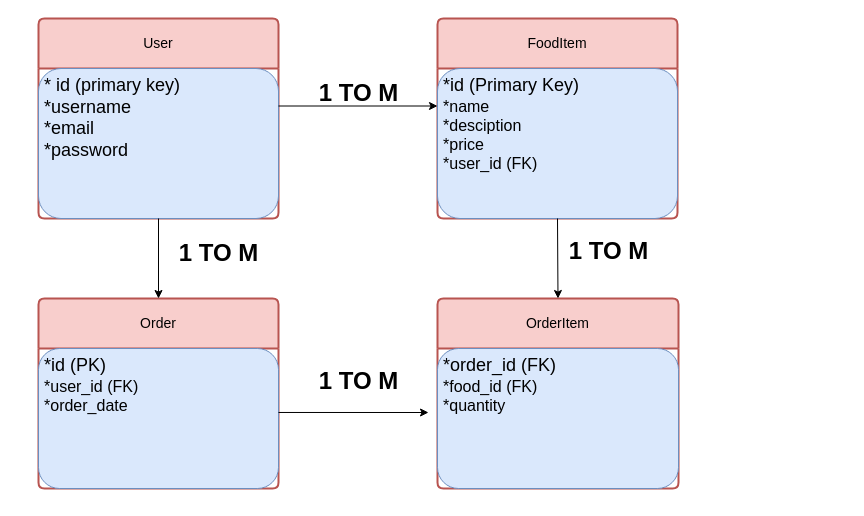
Mosh9098/Final-project-phase4 keeps this draw.io diagram as MENU SYSTEM.drawio. Above is the earlier version. Source tidied: cells renumbered, new cells numbered last; positions are measured from the earlier drawing's top-left corner, leaving out a move shared by most shapes. Both pictures are drawn from the tidied source at 100%, with x=0, y=0 at pixel (38, 18).
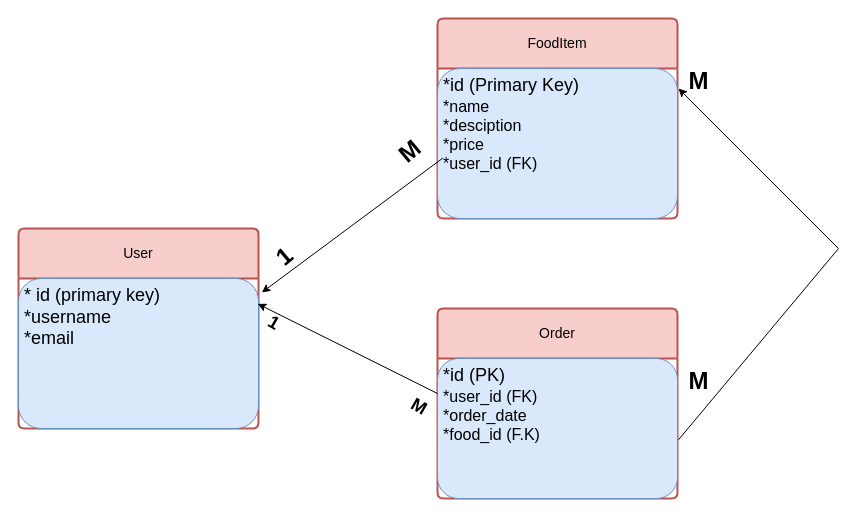
After the change.

Diff of the diagram source:
```diff
@@
 <mxGraphModel>
   <root>
     <mxCell id="0" />
     <mxCell id="1" parent="0" />
     <mxCell id="2" value="User" style="swimlane;horizontal=1;startSize=50;rounded=1;fontSize=14;fontStyle=0;strokeWidth=2;shadow=0;dashed=0;align=center;arcSize=4;whiteSpace=wrap;html=1;fillColor=#f8cecc;strokeColor=#b85450;" parent="1" vertex="1">
-      <mxGeometry width="240" height="200" as="geometry" />
+      <mxGeometry x="-20" y="210" width="240" height="200" as="geometry" />
     </mxCell>
-    <mxCell id="3" value="&lt;font style=&quot;font-size: 18px;&quot;&gt;* id (primary key)&lt;/font&gt;&lt;br&gt;&lt;font style=&quot;font-size: 18px;&quot;&gt;*username&lt;/font&gt;&lt;br&gt;&lt;font style=&quot;font-size: 18px;&quot;&gt;*email&lt;/font&gt;&lt;div&gt;&lt;font style=&quot;font-size: 18px;&quot;&gt;*password&lt;/font&gt;&lt;/div&gt;" style="align=left;strokeColor=#6c8ebf;fillColor=#dae8fc;spacingLeft=4;fontSize=12;verticalAlign=top;html=1;rounded=1;" parent="2" vertex="1">
+    <mxCell id="3" value="&lt;font style=&quot;font-size: 18px;&quot;&gt;* id (primary key)&lt;/font&gt;&lt;br&gt;&lt;font style=&quot;font-size: 18px;&quot;&gt;*username&lt;/font&gt;&lt;br&gt;&lt;font style=&quot;font-size: 18px;&quot;&gt;*email&lt;/font&gt;" style="align=left;strokeColor=#6c8ebf;fillColor=#dae8fc;spacingLeft=4;fontSize=12;verticalAlign=top;html=1;rounded=1;" parent="2" vertex="1">
       <mxGeometry y="50" width="240" height="150" as="geometry" />
     </mxCell>
     <mxCell id="4" value="FoodItem" style="swimlane;horizontal=1;startSize=50;rounded=1;fontSize=14;fontStyle=0;strokeWidth=2;shadow=0;dashed=0;align=center;arcSize=4;whiteSpace=wrap;html=1;fillColor=#f8cecc;strokeColor=#b85450;" parent="1" vertex="1">
       <mxGeometry x="399" width="240" height="200" as="geometry" />
     </mxCell>
     <mxCell id="5" value="&lt;font style=&quot;font-size: 18px;&quot;&gt;*id (Primary Key)&lt;/font&gt;&lt;div&gt;&lt;font size=&quot;3&quot;&gt;*name&lt;/font&gt;&lt;/div&gt;&lt;div&gt;&lt;font size=&quot;3&quot;&gt;*desciption&lt;/font&gt;&lt;/div&gt;&lt;div&gt;&lt;font size=&quot;3&quot;&gt;*price&lt;/font&gt;&lt;/div&gt;&lt;div&gt;&lt;font size=&quot;3&quot;&gt;*user_id (FK)&lt;/font&gt;&lt;br&gt;&lt;br&gt;&lt;/div&gt;" style="align=left;strokeColor=#6c8ebf;fillColor=#dae8fc;spacingLeft=4;fontSize=12;verticalAlign=top;html=1;rounded=1;" parent="4" vertex="1">
       <mxGeometry y="50" width="240" height="150" as="geometry" />
     </mxCell>
     <mxCell id="6" value="Order" style="swimlane;horizontal=1;startSize=50;rounded=1;fontSize=14;fontStyle=0;strokeWidth=2;shadow=0;dashed=0;align=center;arcSize=4;whiteSpace=wrap;html=1;fillColor=#f8cecc;strokeColor=#b85450;" parent="1" vertex="1">
-      <mxGeometry y="280" width="240" height="190" as="geometry" />
+      <mxGeometry x="399" y="290" width="240" height="190" as="geometry" />
     </mxCell>
-    <mxCell id="7" value="&lt;font style=&quot;font-size: 18px;&quot;&gt;*id (PK)&lt;/font&gt;&lt;div&gt;&lt;font size=&quot;3&quot;&gt;*user_id (FK)&lt;/font&gt;&lt;/div&gt;&lt;div&gt;&lt;font size=&quot;3&quot;&gt;*order_date&lt;/font&gt;&lt;/div&gt;" style="align=left;strokeColor=#6c8ebf;fillColor=#dae8fc;spacingLeft=4;fontSize=12;verticalAlign=top;html=1;rounded=1;" parent="6" vertex="1">
+    <mxCell id="7" value="&lt;font style=&quot;font-size: 18px;&quot;&gt;*id (PK)&lt;/font&gt;&lt;div&gt;&lt;font size=&quot;3&quot;&gt;*user_id (FK)&lt;/font&gt;&lt;/div&gt;&lt;div&gt;&lt;font size=&quot;3&quot;&gt;*order_date&lt;/font&gt;&lt;/div&gt;&lt;div&gt;&lt;font size=&quot;3&quot;&gt;*food_id (F.K)&lt;/font&gt;&lt;/div&gt;" style="align=left;strokeColor=#6c8ebf;fillColor=#dae8fc;spacingLeft=4;fontSize=12;verticalAlign=top;html=1;rounded=1;" parent="6" vertex="1">
       <mxGeometry y="50" width="240" height="140" as="geometry" />
     </mxCell>
-    <mxCell id="8" value="OrderItem" style="swimlane;horizontal=1;startSize=50;rounded=1;fontSize=14;fontStyle=0;strokeWidth=2;shadow=0;dashed=0;align=center;arcSize=4;whiteSpace=wrap;html=1;fillColor=#f8cecc;strokeColor=#b85450;" parent="1" vertex="1">
-      <mxGeometry x="399" y="280" width="241" height="190" as="geometry" />
-    </mxCell>
-    <mxCell id="9" value="&lt;font style=&quot;font-size: 18px;&quot;&gt;*order_id (FK)&lt;/font&gt;&lt;div&gt;&lt;font size=&quot;3&quot;&gt;*food_id (FK)&amp;nbsp;&lt;/font&gt;&lt;/div&gt;&lt;div&gt;&lt;font size=&quot;3&quot;&gt;*quantity&lt;/font&gt;&lt;/div&gt;" style="align=left;strokeColor=#6c8ebf;fillColor=#dae8fc;spacingLeft=4;fontSize=12;verticalAlign=top;html=1;rounded=1;" parent="8" vertex="1">
-      <mxGeometry y="50" width="241" height="140" as="geometry" />
-    </mxCell>
-    <mxCell id="10" style="endArrow=classic;html=1;rounded=1;exitX=1;exitY=0.25;exitDx=0;exitDy=0;entryX=0;entryY=0.25;entryDx=0;entryDy=0;" parent="1" edge="1" source="3" target="5">
+    <mxCell id="10" style="endArrow=classic;html=1;rounded=1;exitX=1.007;exitY=0.869;exitDx=0;exitDy=0;exitPerimeter=0;entryX=1.014;entryY=0.093;entryDx=0;entryDy=0;entryPerimeter=0;" parent="1" edge="1" source="11" target="3">
       <mxGeometry relative="1" as="geometry" />
     </mxCell>
-    <mxCell id="11" value="&lt;h1&gt;1 TO M&lt;/h1&gt;" style="text;html=1;align=center;verticalAlign=middle;points=[];strokeColor=none;fillColor=none;rounded=1;" parent="1" vertex="1">
-      <mxGeometry x="270" y="40" width="100" height="70" as="geometry" />
+    <mxCell id="11" value="&lt;h1&gt;1&amp;nbsp; &amp;nbsp; &amp;nbsp; &amp;nbsp; &amp;nbsp; &amp;nbsp; &amp;nbsp; &amp;nbsp; &amp;nbsp; &amp;nbsp; &amp;nbsp; M&lt;/h1&gt;" style="text;html=1;align=center;verticalAlign=middle;points=[];strokeColor=none;fillColor=none;rounded=1;rotation=-40;" parent="1" vertex="1">
+      <mxGeometry x="210" y="150" width="200" height="70" as="geometry" />
     </mxCell>
-    <mxCell id="12" style="endArrow=classic;html=1;rounded=1;exitX=0.5;exitY=1;exitDx=0;exitDy=0;entryX=0.5;entryY=0;entryDx=0;entryDy=0;" parent="1" edge="1" source="2" target="6">
-      <mxGeometry relative="1" as="geometry" />
-    </mxCell>
-    <mxCell id="13" value="&lt;h1&gt;1 TO M&lt;/h1&gt;" style="text;html=1;align=center;verticalAlign=middle;strokeColor=none;fillColor=none;rounded=1;" parent="1" vertex="1">
-      <mxGeometry x="130" y="200" width="100" height="70" as="geometry" />
-    </mxCell>
-    <mxCell id="14" style="endArrow=classic;html=1;rounded=1;exitX=1;exitY=0.457;exitDx=0;exitDy=0;exitPerimeter=0;" parent="1" edge="1" source="7">
-      <mxGeometry relative="1" as="geometry">
-        <mxPoint x="390" y="394" as="targetPoint" />
-      </mxGeometry>
-    </mxCell>
-    <mxCell id="15" value="&lt;h1&gt;1 TO M&lt;/h1&gt;" style="text;html=1;align=center;verticalAlign=middle;strokeColor=none;fillColor=none;rounded=1;" parent="1" vertex="1">
-      <mxGeometry x="270" y="328" width="100" height="70" as="geometry" />
-    </mxCell>
-    <mxCell id="16" value="&lt;h1&gt;1 TO M&lt;/h1&gt;" style="text;html=1;align=center;verticalAlign=middle;strokeColor=none;fillColor=none;rounded=1;" parent="1" vertex="1">
-      <mxGeometry x="520" y="198" width="100" height="70" as="geometry" />
-    </mxCell>
-    <mxCell id="17" style="endArrow=classic;html=1;rounded=1;entryX=0.5;entryY=0;entryDx=0;entryDy=0;exitX=0.5;exitY=1;exitDx=0;exitDy=0;" parent="1" edge="1" source="5" target="8">
-      <mxGeometry relative="1" as="geometry" />
-    </mxCell>
+    <mxCell id="18" style="endArrow=classic;html=1;rounded=0;entryX=0.997;entryY=0.169;entryDx=0;entryDy=0;entryPerimeter=0;exitX=0;exitY=0.25;exitDx=0;exitDy=0;" parent="1" edge="1" source="7" target="3">
+      <mxGeometry relative="1" as="geometry" />
+    </mxCell>
+    <mxCell id="19" value="&lt;h1&gt;&lt;font style=&quot;font-size: 18px;&quot;&gt;1&amp;nbsp; &amp;nbsp; &amp;nbsp; &amp;nbsp; &amp;nbsp; &amp;nbsp; &amp;nbsp; &amp;nbsp; &amp;nbsp; &amp;nbsp; &amp;nbsp; &amp;nbsp; &amp;nbsp; &amp;nbsp; &amp;nbsp; &amp;nbsp;M&lt;/font&gt;&lt;/h1&gt;" style="text;html=1;align=center;verticalAlign=middle;strokeColor=none;fillColor=none;rotation=30;" parent="1" vertex="1">
+      <mxGeometry x="210" y="310" width="200" height="70" as="geometry" />
+    </mxCell>
+    <mxCell id="20" style="endArrow=classic;html=1;rounded=0;exitX=1.004;exitY=0.581;exitDx=0;exitDy=0;exitPerimeter=0;" parent="1" edge="1" source="7">
+      <mxGeometry relative="1" as="geometry">
+        <mxPoint x="640" y="70" as="targetPoint" />
+        <Array as="points">
+          <mxPoint x="800" y="230" />
+        </Array>
+      </mxGeometry>
+    </mxCell>
+    <mxCell id="21" value="&lt;h1&gt;M&lt;/h1&gt;" style="text;html=1;align=center;verticalAlign=middle;strokeColor=none;fillColor=none;" parent="1" vertex="1">
+      <mxGeometry x="640" y="328" width="40" height="70" as="geometry" />
+    </mxCell>
+    <mxCell id="22" value="&lt;h1&gt;M&lt;/h1&gt;" style="text;html=1;align=center;verticalAlign=middle;strokeColor=none;fillColor=none;" parent="1" vertex="1">
+      <mxGeometry x="640" y="28" width="40" height="70" as="geometry" />
+    </mxCell>
   </root>
 </mxGraphModel>
```
